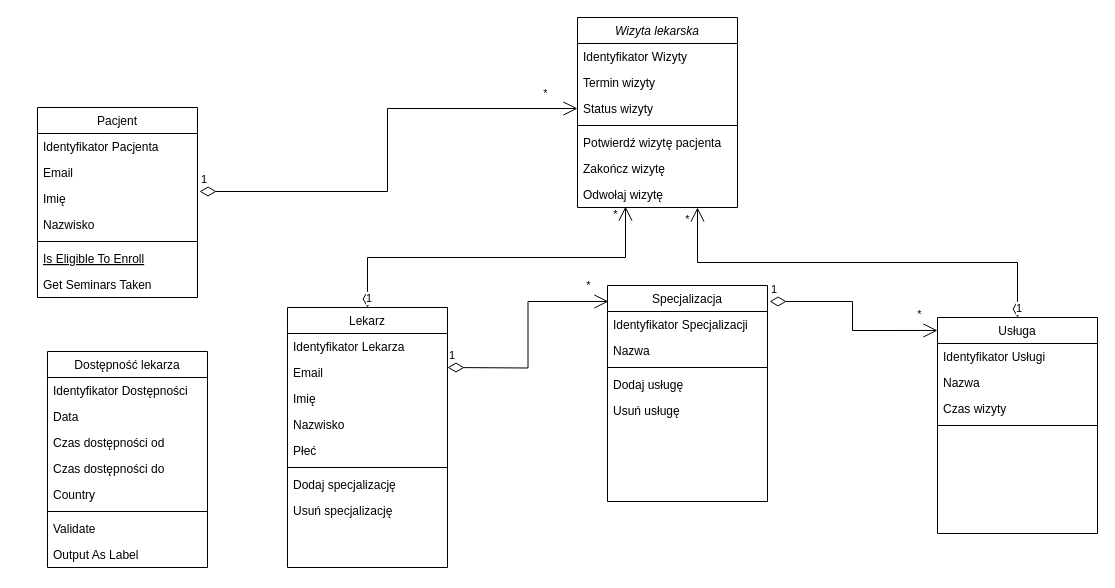
Earlier version of the draw.io diagram Diagram klas.drawio (oputyk/wit-computer-science-engineering-thesis). Source tidied: cells renumbered, new cells numbered last; positions are measured from the earlier drawing's top-left corner, leaving out a move shared by most shapes. Both pictures are drawn from the tidied source at 100%, with x=0, y=0 at pixel (37, 17).
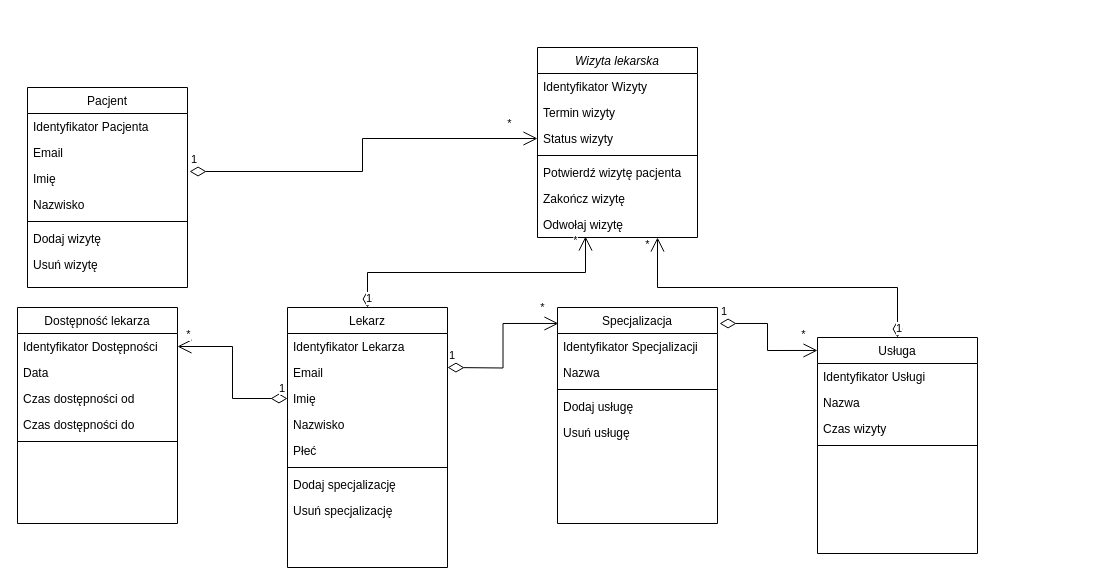
The same page after the edit.

Commit message (it also covers changes not shown here):
Diagram klas v2 wip

The change refers to these unchanged cells:
```xml
<mxCell id="21" value="Imię" style="text;align=left;verticalAlign=top;spacingLeft=4;spacingRight=4;overflow=hidden;points=[[0,0.5],[1,0.5]];portConstraint=eastwest;" parent="18" vertex="1">
  <mxGeometry y="78" width="160" height="26" as="geometry" />
</mxCell>
<mxCell id="28" value="Identyfikator Dostępności" style="text;align=left;verticalAlign=top;spacingLeft=4;spacingRight=4;overflow=hidden;points=[[0,0.5],[1,0.5]];portConstraint=eastwest;" parent="27" vertex="1">
  <mxGeometry y="26" width="160" height="26" as="geometry" />
</mxCell>
```

What changed in the source:
```diff
@@
     <mxCell id="2" value="Wizyta lekarska" style="swimlane;fontStyle=2;align=center;verticalAlign=top;horizontal=1;startSize=26;rounded=0;shadow=0;strokeWidth=1;" parent="1" vertex="1">
-      <mxGeometry x="540" width="160" height="190" as="geometry" />
+      <mxGeometry x="500" y="30" width="160" height="190" as="geometry" />
     </mxCell>
@@
     <mxCell id="10" value="Pacjent" style="swimlane;fontStyle=0;align=center;verticalAlign=top;horizontal=1;startSize=26;rounded=0;shadow=0;strokeWidth=1;" parent="1" vertex="1">
-      <mxGeometry y="90" width="160" height="190" as="geometry" />
+      <mxGeometry x="-10" y="70" width="160" height="200" as="geometry" />
     </mxCell>
@@
-    <mxCell id="16" value="Is Eligible To Enroll" style="text;align=left;verticalAlign=top;spacingLeft=4;spacingRight=4;overflow=hidden;fontStyle=4;" parent="10" vertex="1">
-      <mxGeometry y="138" width="160" height="26" as="geometry" />
-    </mxCell>
-    <mxCell id="17" value="Get Seminars Taken" style="text;align=left;verticalAlign=top;spacingLeft=4;spacingRight=4;overflow=hidden;" parent="10" vertex="1">
-      <mxGeometry y="164" width="160" height="26" as="geometry" />
+    <mxCell id="17" value="Dodaj wizytę" style="text;align=left;verticalAlign=top;spacingLeft=4;spacingRight=4;overflow=hidden;" parent="10" vertex="1">
+      <mxGeometry y="138" width="160" height="26" as="geometry" />
     </mxCell>
+    <mxCell id="57" value="Usuń wizytę" style="text;align=left;verticalAlign=top;spacingLeft=4;spacingRight=4;overflow=hidden;" parent="10" vertex="1">
+      <mxGeometry y="164" width="160" height="26" as="geometry" />
+    </mxCell>
@@
     <mxCell id="27" value="Dostępność lekarza" style="swimlane;fontStyle=0;align=center;verticalAlign=top;horizontal=1;startSize=26;rounded=0;shadow=0;strokeWidth=1;" parent="1" vertex="1">
-      <mxGeometry x="10" y="334" width="160" height="216" as="geometry" />
+      <mxGeometry x="-20" y="290" width="160" height="216" as="geometry" />
     </mxCell>
@@
-    <mxCell id="32" value="Country" style="text;align=left;verticalAlign=top;spacingLeft=4;spacingRight=4;overflow=hidden;rounded=0;shadow=0;html=0;" parent="27" vertex="1">
-      <mxGeometry y="130" width="160" height="26" as="geometry" />
-    </mxCell>
     <mxCell id="33" style="line;html=1;strokeWidth=1;align=left;verticalAlign=middle;spacingTop=-1;spacingLeft=3;spacingRight=3;labelPosition=right;" parent="27" vertex="1">
-      <mxGeometry y="156" width="160" height="8" as="geometry" />
+      <mxGeometry y="130" width="160" height="8" as="geometry" />
     </mxCell>
-    <mxCell id="34" value="Validate" style="text;align=left;verticalAlign=top;spacingLeft=4;spacingRight=4;overflow=hidden;" parent="27" vertex="1">
-      <mxGeometry y="164" width="160" height="26" as="geometry" />
-    </mxCell>
-    <mxCell id="35" value="Output As Label" style="text;align=left;verticalAlign=top;spacingLeft=4;spacingRight=4;overflow=hidden;" parent="27" vertex="1">
-      <mxGeometry y="190" width="160" height="26" as="geometry" />
-    </mxCell>
     <mxCell id="36" value="Specjalizacja" style="swimlane;fontStyle=0;align=center;verticalAlign=top;horizontal=1;startSize=26;rounded=0;shadow=0;strokeWidth=1;" parent="1" vertex="1">
-      <mxGeometry x="570" y="268" width="160" height="216" as="geometry" />
+      <mxGeometry x="520" y="290" width="160" height="216" as="geometry" />
     </mxCell>
@@
     <mxCell id="42" value="Usługa" style="swimlane;fontStyle=0;align=center;verticalAlign=top;horizontal=1;startSize=26;rounded=0;shadow=0;strokeWidth=1;" parent="1" vertex="1">
-      <mxGeometry x="900" y="300" width="160" height="216" as="geometry" />
+      <mxGeometry x="780" y="320" width="160" height="216" as="geometry" />
     </mxCell>
@@
+    <mxCell id="58" value="1" style="endArrow=open;html=1;endSize=12;startArrow=diamondThin;startSize=14;startFill=0;edgeStyle=orthogonalEdgeStyle;align=left;verticalAlign=bottom;rounded=0;entryX=1;entryY=0.5;entryDx=0;entryDy=0;exitX=0;exitY=0.5;exitDx=0;exitDy=0;" parent="1" edge="1" source="21" target="28">
+      <mxGeometry x="-0.88" y="-1" relative="1" as="geometry" />
+    </mxCell>
+    <mxCell id="59" value="*" style="edgeLabel;html=1;align=center;verticalAlign=middle;" parent="58" vertex="1">
+      <mxGeometry x="0.89" y="3" relative="1" as="geometry">
+        <mxPoint x="1" y="-16" as="offset" />
+      </mxGeometry>
+    </mxCell>
```
